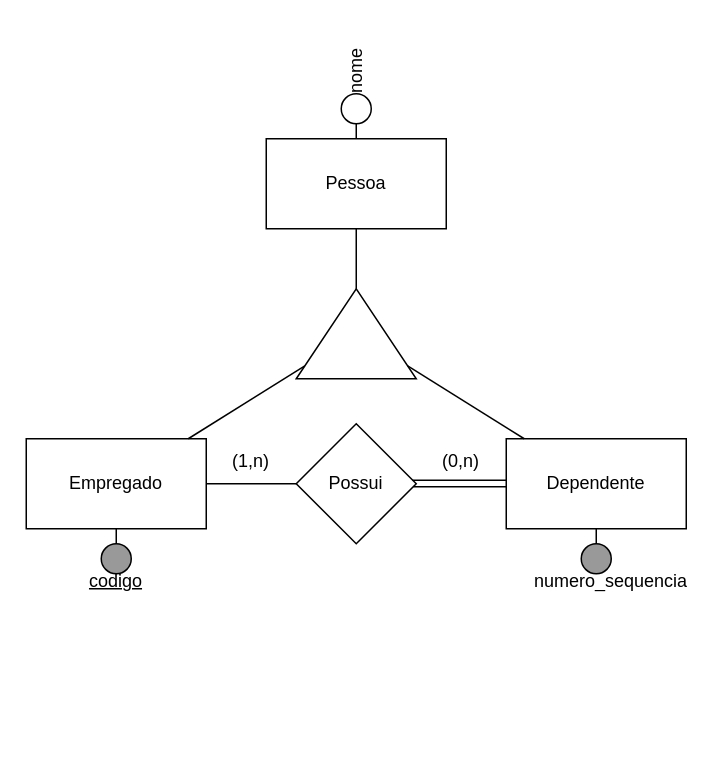
Before: Lista5_25-04/Ex3.drawio in andreeeeeeeee/Engenharia_Software, a draw.io diagram. Source tidied: cells renumbered, new cells numbered last; positions are measured from the earlier drawing's top-left corner, leaving out a move shared by most shapes. Both pictures are drawn from the tidied source at 150%, with x=0, y=0 at pixel (26, 48).
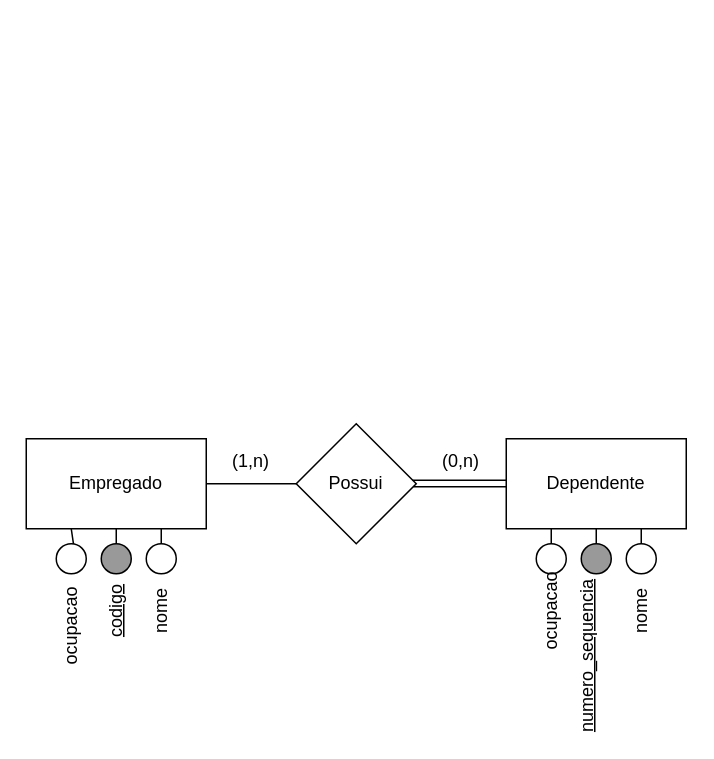
The same diagram, later.

The change refers to these unchanged cells:
```xml
<mxCell id="8" value="Empregado" style="rounded=0;whiteSpace=wrap;html=1;" parent="1" vertex="1">
  <mxGeometry y="260" width="120" height="60" as="geometry" />
</mxCell>
<mxCell id="9" value="Dependente" style="rounded=0;whiteSpace=wrap;html=1;" parent="1" vertex="1">
  <mxGeometry x="320" y="260" width="120" height="60" as="geometry" />
</mxCell>
```

Diff of the diagram source:
```diff
@@
-    <mxCell id="2" value="Pessoa" style="rounded=0;whiteSpace=wrap;html=1;" parent="1" vertex="1">
-      <mxGeometry x="160" y="60" width="120" height="60" as="geometry" />
-    </mxCell>
     <mxCell id="3" style="ellipse;whiteSpace=wrap;html=1;" parent="1" vertex="1">
-      <mxGeometry x="210" y="30" width="20" height="20" as="geometry" />
+      <mxGeometry x="80" y="330" width="20" height="20" as="geometry" />
     </mxCell>
-    <mxCell id="4" style="endArrow=none;html=1;rounded=0;" parent="1" edge="1" source="3" target="2">
+    <mxCell id="4" style="endArrow=none;html=1;rounded=0;entryX=0.75;entryY=1;entryDx=0;entryDy=0;" parent="1" edge="1" source="3" target="8">
       <mxGeometry relative="1" as="geometry" />
     </mxCell>
     <mxCell id="5" value="nome" style="text;html=1;strokeColor=none;fillColor=none;align=center;verticalAlign=middle;whiteSpace=wrap;rounded=0;rotation=270;" parent="1" vertex="1">
-      <mxGeometry x="190" width="60" height="30" as="geometry" />
+      <mxGeometry x="60" y="360" width="60" height="30" as="geometry" />
     </mxCell>
-    <mxCell id="6" style="triangle;whiteSpace=wrap;html=1;direction=north;" parent="1" vertex="1">
-      <mxGeometry x="180" y="160" width="80" height="60" as="geometry" />
-    </mxCell>
-    <mxCell id="7" style="endArrow=none;html=1;rounded=0;" parent="1" edge="1" source="6" target="2">
-      <mxGeometry relative="1" as="geometry" />
-    </mxCell>
@@
-    <mxCell id="10" style="endArrow=none;html=1;rounded=0;" parent="1" edge="1" source="9" target="6">
-      <mxGeometry relative="1" as="geometry" />
-    </mxCell>
-    <mxCell id="11" style="endArrow=none;html=1;rounded=0;" parent="1" edge="1" source="8" target="6">
-      <mxGeometry relative="1" as="geometry" />
-    </mxCell>
@@
-    <mxCell id="19" style="ellipse;whiteSpace=wrap;html=1;fillColor=#999999;" parent="1" vertex="1">
-      <mxGeometry x="370" y="330" width="20" height="20" as="geometry" />
-    </mxCell>
-    <mxCell id="20" value="&lt;u&gt;codigo&lt;/u&gt;" style="text;html=1;strokeColor=none;fillColor=none;align=center;verticalAlign=middle;whiteSpace=wrap;rounded=0;rotation=0;" parent="1" vertex="1">
-      <mxGeometry x="30" y="340" width="60" height="30" as="geometry" />
+    <mxCell id="20" value="&lt;u&gt;codigo&lt;/u&gt;" style="text;html=1;strokeColor=none;fillColor=none;align=center;verticalAlign=middle;whiteSpace=wrap;rounded=0;rotation=270;" parent="1" vertex="1">
+      <mxGeometry x="30" y="360" width="60" height="30" as="geometry" />
     </mxCell>
-    <mxCell id="21" value="numero_sequencia" style="text;html=1;strokeColor=none;fillColor=none;align=center;verticalAlign=middle;whiteSpace=wrap;rounded=0;rotation=0;" parent="1" vertex="1">
-      <mxGeometry x="360" y="340" width="60" height="30" as="geometry" />
+    <mxCell id="21" value="&lt;u&gt;numero_sequencia&lt;/u&gt;" style="text;html=1;strokeColor=none;fillColor=none;align=center;verticalAlign=middle;whiteSpace=wrap;rounded=0;rotation=270;" parent="1" vertex="1">
+      <mxGeometry x="344" y="390" width="60" height="30" as="geometry" />
     </mxCell>
@@
+    <mxCell id="24" style="ellipse;whiteSpace=wrap;html=1;" parent="1" vertex="1">
+      <mxGeometry x="20" y="330" width="20" height="20" as="geometry" />
+    </mxCell>
+    <mxCell id="25" style="endArrow=none;html=1;rounded=0;entryX=0.25;entryY=1;entryDx=0;entryDy=0;" parent="1" edge="1" source="24" target="8">
+      <mxGeometry relative="1" as="geometry" />
+    </mxCell>
+    <mxCell id="26" value="ocupacao" style="text;html=1;strokeColor=none;fillColor=none;align=center;verticalAlign=middle;whiteSpace=wrap;rounded=0;rotation=-90;" parent="1" vertex="1">
+      <mxGeometry y="370" width="60" height="30" as="geometry" />
+    </mxCell>
+    <mxCell id="27" style="ellipse;whiteSpace=wrap;html=1;" parent="1" vertex="1">
+      <mxGeometry x="400" y="330" width="20" height="20" as="geometry" />
+    </mxCell>
+    <mxCell id="19" style="ellipse;whiteSpace=wrap;html=1;fillColor=#999999;" parent="1" vertex="1">
+      <mxGeometry x="370" y="330" width="20" height="20" as="geometry" />
+    </mxCell>
+    <mxCell id="28" style="ellipse;whiteSpace=wrap;html=1;" parent="1" vertex="1">
+      <mxGeometry x="340" y="330" width="20" height="20" as="geometry" />
+    </mxCell>
+    <mxCell id="29" style="endArrow=none;html=1;rounded=0;entryX=0.75;entryY=1;entryDx=0;entryDy=0;" parent="1" edge="1" source="27" target="9">
+      <mxGeometry relative="1" as="geometry" />
+    </mxCell>
+    <mxCell id="30" style="endArrow=none;html=1;rounded=0;entryX=0.25;entryY=1;entryDx=0;entryDy=0;" parent="1" edge="1" source="28" target="9">
+      <mxGeometry relative="1" as="geometry" />
+    </mxCell>
+    <mxCell id="31" value="nome" style="text;html=1;strokeColor=none;fillColor=none;align=center;verticalAlign=middle;whiteSpace=wrap;rounded=0;rotation=-90;" parent="1" vertex="1">
+      <mxGeometry x="380" y="360" width="60" height="30" as="geometry" />
+    </mxCell>
+    <mxCell id="32" value="ocupacao" style="text;html=1;strokeColor=none;fillColor=none;align=center;verticalAlign=middle;whiteSpace=wrap;rounded=0;rotation=-90;" parent="1" vertex="1">
+      <mxGeometry x="320" y="360" width="60" height="30" as="geometry" />
+    </mxCell>
```
